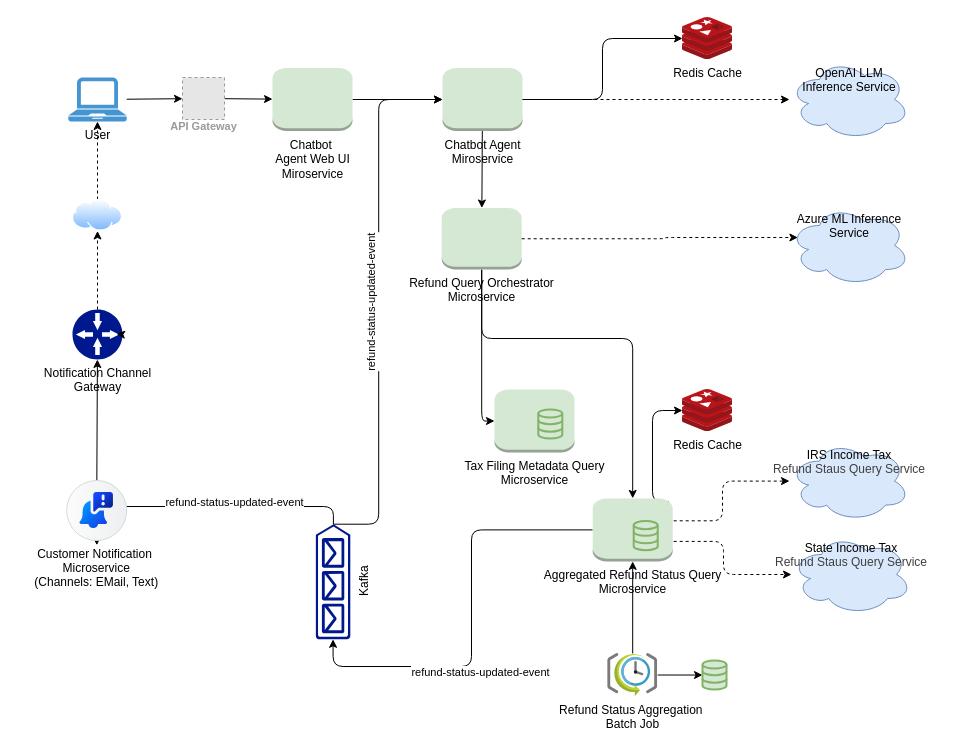
Earlier version of the draw.io diagram diagrams/architecture_diagram.drawio (gargmanojk/intuit). Source tidied: cells renumbered, new cells numbered last; positions are measured from the earlier drawing's top-left corner, leaving out a move shared by most shapes. Both pictures are drawn from the tidied source at 100%, with x=0, y=0 at pixel (66, 17). Pictures stored in the file or linked from it are replaced by grey dashed boxes.
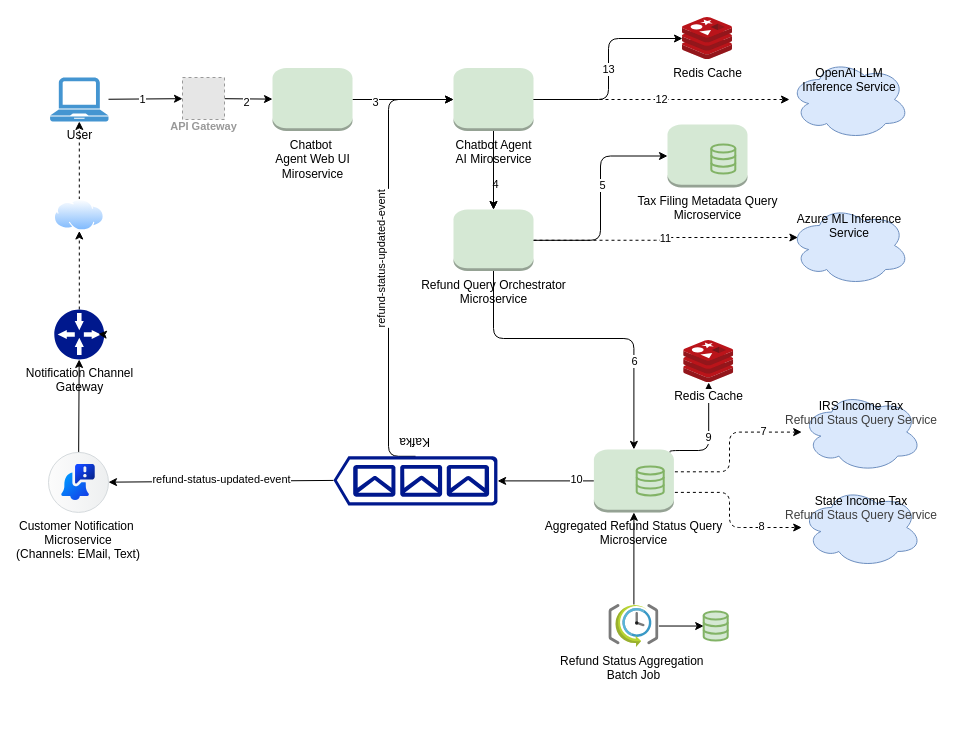
Above is the later version.

Commit message:
feat: Update architecture diagram with enhanced service details and edge labels

Unchanged cells that the change refers to:
```xml
<mxCell id="2" style="edgeStyle=none;html=1;" parent="1" edge="1" source="3" target="5">
  <mxGeometry relative="1" as="geometry" />
</mxCell>
<mxCell id="4" style="edgeStyle=none;html=1;" parent="1" edge="1" source="5" target="8">
  <mxGeometry relative="1" as="geometry" />
</mxCell>
<mxCell id="6" style="edgeStyle=none;html=1;" parent="1" edge="1" source="8" target="12">
  <mxGeometry relative="1" as="geometry" />
</mxCell>
<mxCell id="10" style="edgeStyle=elbowEdgeStyle;html=1;elbow=vertical;" parent="1" edge="1" source="12" target="20">
  <mxGeometry relative="1" as="geometry">
    <Array as="points">
      <mxPoint x="493" y="321" />
    </Array>
  </mxGeometry>
</mxCell>
<mxCell id="11" style="edgeStyle=orthogonalEdgeStyle;html=1;elbow=vertical;entryX=0;entryY=0.5;entryDx=0;entryDy=0;entryPerimeter=0;" parent="1" edge="1" source="12" target="21">
  <mxGeometry relative="1" as="geometry" />
</mxCell>
<mxCell id="13" value="OpenAI LLM Inference Service" style="ellipse;shape=cloud;whiteSpace=wrap;html=1;verticalAlign=top;fillColor=#dae8fc;dashed=0;strokeColor=#6c8ebf;labelBorderColor=none;textShadow=0;fontStyle=0;" parent="1" vertex="1">
  <mxGeometry x="723" y="42" width="120" height="80" as="geometry" />
</mxCell>
<mxCell id="14" value="Azure ML Inference Service" style="ellipse;shape=cloud;whiteSpace=wrap;html=1;verticalAlign=top;fillColor=#dae8fc;strokeColor=#6c8ebf;dashed=0;fontStyle=0;" parent="1" vertex="1">
  <mxGeometry x="723" y="188" width="120" height="80" as="geometry" />
</mxCell>
<mxCell id="22" style="edgeStyle=none;html=1;" parent="1" edge="1" source="23" target="3">
  <mxGeometry relative="1" as="geometry" />
</mxCell>
<mxCell id="31" value="Redis Cache" style="image;sketch=0;html=1;points=[];align=center;fontSize=12;image=img/lib/mscae/Cache_Redis_Product.svg;" parent="1" vertex="1">
  <mxGeometry x="616" width="50" height="42" as="geometry" />
</mxCell>
```

Change to the diagram source:
```diff
@@
+    <mxCell id="46" value="2" style="edgeLabel;html=1;align=center;verticalAlign=middle;" parent="2" vertex="1">
+      <mxGeometry x="-0.09" y="-3" relative="1" as="geometry" />
+    </mxCell>
@@
+    <mxCell id="47" value="3" style="edgeLabel;html=1;align=center;verticalAlign=middle;" parent="4" vertex="1">
+      <mxGeometry x="-0.56" y="-2" relative="1" as="geometry" />
+    </mxCell>
@@
+    <mxCell id="48" value="4" style="edgeLabel;html=1;align=center;verticalAlign=middle;" parent="6" vertex="1">
+      <mxGeometry x="0.34" y="1" relative="1" as="geometry" />
+    </mxCell>
-    <mxCell id="7" style="edgeStyle=elbowEdgeStyle;html=1;" parent="1" edge="1" source="8" target="31">
+    <mxCell id="7" value="13" style="edgeStyle=elbowEdgeStyle;html=1;" parent="1" edge="1" source="8" target="31">
       <mxGeometry relative="1" as="geometry" />
     </mxCell>
+    <mxCell id="49" style="edgeStyle=none;html=1;" parent="1" edge="1" source="8" target="12">
+      <mxGeometry relative="1" as="geometry" />
+    </mxCell>
-    <mxCell id="8" value="&lt;span style=&quot;color: rgb(0, 0, 0);&quot;&gt;Chatbot Agent&lt;br&gt;Miroservice&lt;/span&gt;" style="outlineConnect=0;dashed=0;verticalLabelPosition=bottom;verticalAlign=top;align=center;html=1;shape=mxgraph.aws3.instance;fillColor=#d5e8d4;strokeColor=#82b366;fontStyle=0;" parent="1" vertex="1">
-      <mxGeometry x="376" y="50.5" width="80" height="63" as="geometry" />
+    <mxCell id="8" value="&lt;span style=&quot;color: rgb(0, 0, 0);&quot;&gt;Chatbot Agent&lt;br&gt;AI Miroservice&lt;/span&gt;" style="outlineConnect=0;dashed=0;verticalLabelPosition=bottom;verticalAlign=top;align=center;html=1;shape=mxgraph.aws3.instance;fillColor=#d5e8d4;strokeColor=#82b366;fontStyle=0;" parent="1" vertex="1">
+      <mxGeometry x="387" y="50.5" width="80" height="63" as="geometry" />
     </mxCell>
-    <mxCell id="9" style="edgeStyle=none;html=1;dashed=1;" parent="1" edge="1" source="8" target="13">
+    <mxCell id="9" value="12" style="edgeStyle=none;html=1;dashed=1;" parent="1" edge="1" source="8" target="13">
       <mxGeometry relative="1" as="geometry" />
     </mxCell>
@@
+    <mxCell id="50" value="6" style="edgeLabel;html=1;align=center;verticalAlign=middle;" parent="10" vertex="1">
+      <mxGeometry x="0.44" relative="1" as="geometry" />
+    </mxCell>
@@
+    <mxCell id="51" value="5" style="edgeLabel;html=1;align=center;verticalAlign=middle;" parent="11" vertex="1">
+      <mxGeometry x="0.12" y="-1" relative="1" as="geometry" />
+    </mxCell>
     <mxCell id="12" value="&lt;span style=&quot;color: rgb(0, 0, 0);&quot;&gt;Refund Query Orchestrator&lt;br&gt;Microservice&lt;/span&gt;" style="outlineConnect=0;dashed=0;verticalLabelPosition=bottom;verticalAlign=top;align=center;html=1;shape=mxgraph.aws3.instance;fillColor=#d5e8d4;strokeColor=#82b366;fontStyle=0;" parent="1" vertex="1">
-      <mxGeometry x="375.2" y="190.5" width="80" height="61.5" as="geometry" />
+      <mxGeometry x="387" y="192" width="80" height="61.5" as="geometry" />
     </mxCell>
@@
     <mxCell id="15" style="edgeStyle=elbowEdgeStyle;html=1;dashed=1;" parent="1" edge="1" target="25">
       <mxGeometry relative="1" as="geometry">
-        <mxPoint x="589.2" y="503.3" as="sourcePoint" />
+        <mxPoint x="590.4" y="454.3" as="sourcePoint" />
       </mxGeometry>
     </mxCell>
+    <mxCell id="52" value="7" style="edgeLabel;html=1;align=center;verticalAlign=middle;" parent="15" vertex="1">
+      <mxGeometry x="0.58" y="1" relative="1" as="geometry" />
+    </mxCell>
     <mxCell id="16" style="edgeStyle=elbowEdgeStyle;html=1;dashed=1;" parent="1" edge="1" target="24">
       <mxGeometry relative="1" as="geometry">
-        <mxPoint x="589.2" y="523.9" as="sourcePoint" />
+        <mxPoint x="590.4" y="474.9" as="sourcePoint" />
       </mxGeometry>
     </mxCell>
+    <mxCell id="53" value="8" style="edgeLabel;html=1;align=center;verticalAlign=middle;" parent="16" vertex="1">
+      <mxGeometry x="0.55" y="2" relative="1" as="geometry" />
+    </mxCell>
-    <mxCell id="17" style="edgeStyle=orthogonalEdgeStyle;html=1;entryX=0;entryY=0.5;entryDx=0;entryDy=0;entryPerimeter=0;elbow=vertical;" parent="1" edge="1" source="20" target="45">
-      <mxGeometry relative="1" as="geometry">
-        <Array as="points">
-          <mxPoint x="405" y="512" />
-          <mxPoint x="405" y="649" />
-          <mxPoint x="267" y="649" />
-        </Array>
-      </mxGeometry>
+    <mxCell id="17" style="html=1;elbow=vertical;entryX=0;entryY=0.5;entryDx=0;entryDy=0;entryPerimeter=0;" parent="1" edge="1" source="20" target="45">
+      <mxGeometry relative="1" as="geometry" />
     </mxCell>
-    <mxCell id="18" value="refund-status-updated-event" style="edgeLabel;html=1;align=center;verticalAlign=middle;" parent="17" vertex="1">
-      <mxGeometry x="0.26" y="-2" relative="1" as="geometry">
-        <mxPoint x="18" y="7" as="offset" />
-      </mxGeometry>
-    </mxCell>
+    <mxCell id="54" value="10" style="edgeLabel;html=1;align=center;verticalAlign=middle;" parent="17" vertex="1">
+      <mxGeometry x="-0.62" y="-2" relative="1" as="geometry" />
+    </mxCell>
-    <mxCell id="19" style="edgeStyle=elbowEdgeStyle;html=1;exitX=0.95;exitY=0.05;exitDx=0;exitDy=0;exitPerimeter=0;" parent="1" edge="1" source="20" target="32">
+    <mxCell id="19" value="9" style="edgeStyle=elbowEdgeStyle;html=1;exitX=0.95;exitY=0.05;exitDx=0;exitDy=0;exitPerimeter=0;elbow=vertical;" parent="1" edge="1" source="20" target="32">
       <mxGeometry relative="1" as="geometry">
         <Array as="points">
-          <mxPoint x="586" y="482" />
+          <mxPoint x="587.2" y="433" />
         </Array>
       </mxGeometry>
     </mxCell>
     <mxCell id="20" value="&lt;span style=&quot;color: rgb(0, 0, 0);&quot;&gt;Aggregated Refund Status Query&lt;/span&gt;&lt;br style=&quot;color: rgb(63, 63, 63); scrollbar-color: rgb(226, 226, 226) rgb(251, 251, 251);&quot;&gt;&lt;span style=&quot;color: rgb(0, 0, 0);&quot;&gt;Microservice&lt;/span&gt;" style="outlineConnect=0;dashed=0;verticalLabelPosition=bottom;verticalAlign=top;align=center;html=1;shape=mxgraph.aws3.instance;fillColor=#d5e8d4;strokeColor=#82b366;fontStyle=0;" parent="1" vertex="1">
-      <mxGeometry x="526.2" y="480.9" width="80" height="63" as="geometry" />
+      <mxGeometry x="527.4" y="431.9" width="80" height="63" as="geometry" />
     </mxCell>
     <mxCell id="21" value="&lt;span style=&quot;color: rgb(0, 0, 0);&quot;&gt;Tax Filing Metadata Query&lt;/span&gt;&lt;br style=&quot;color: rgb(63, 63, 63); scrollbar-color: rgb(226, 226, 226) rgb(251, 251, 251);&quot;&gt;&lt;span style=&quot;color: rgb(0, 0, 0);&quot;&gt;Microservice&lt;/span&gt;" style="outlineConnect=0;dashed=0;verticalLabelPosition=bottom;verticalAlign=top;align=center;html=1;shape=mxgraph.aws3.instance;fillColor=#d5e8d4;strokeColor=#82b366;fontStyle=0;" parent="1" vertex="1">
-      <mxGeometry x="428" y="372" width="80" height="63" as="geometry" />
+      <mxGeometry x="601" y="107" width="80" height="63" as="geometry" />
     </mxCell>
@@
+    <mxCell id="55" value="1" style="edgeLabel;html=1;align=center;verticalAlign=middle;" parent="22" vertex="1">
+      <mxGeometry x="-0.08" relative="1" as="geometry" />
+    </mxCell>
     <mxCell id="23" value="User" style="shadow=0;dashed=0;html=1;strokeColor=none;fillColor=#4495D1;labelPosition=center;verticalLabelPosition=bottom;verticalAlign=top;align=center;outlineConnect=0;shape=mxgraph.veeam.laptop;" parent="1" vertex="1">
-      <mxGeometry x="1.8" y="60" width="58.4" height="44" as="geometry" />
+      <mxGeometry x="-16.4" y="60" width="58.4" height="44" as="geometry" />
     </mxCell>
     <mxCell id="24" value="&lt;span style=&quot;scrollbar-color: rgb(226, 226, 226) rgb(251, 251, 251); text-wrap-mode: nowrap; color: rgb(0, 0, 0);&quot;&gt;State Income Tax&lt;/span&gt;&lt;div style=&quot;scrollbar-color: rgb(226, 226, 226) rgb(251, 251, 251); text-wrap-mode: nowrap; color: rgb(63, 63, 63);&quot;&gt;Refund Staus Query Service&lt;/div&gt;" style="ellipse;shape=cloud;whiteSpace=wrap;html=1;verticalAlign=top;fillColor=#dae8fc;strokeColor=#6c8ebf;dashed=0;fontStyle=0;" parent="1" vertex="1">
-      <mxGeometry x="725" y="517" width="120" height="80" as="geometry" />
+      <mxGeometry x="735.2" y="470" width="120" height="80" as="geometry" />
     </mxCell>
     <mxCell id="25" value="&lt;span style=&quot;color: rgb(0, 0, 0); text-wrap-mode: nowrap;&quot;&gt;IRS Income Tax&lt;/span&gt;&lt;div style=&quot;color: rgb(63, 63, 63); scrollbar-color: rgb(226, 226, 226) rgb(251, 251, 251); text-wrap-mode: nowrap;&quot;&gt;Refund Staus Query Service&lt;/div&gt;" style="ellipse;shape=cloud;whiteSpace=wrap;html=1;verticalAlign=top;fillColor=#dae8fc;strokeColor=#6c8ebf;dashed=0;fontStyle=0;" parent="1" vertex="1">
-      <mxGeometry x="723" y="423.6" width="120" height="80" as="geometry" />
+      <mxGeometry x="735.2" y="374.6" width="120" height="80" as="geometry" />
     </mxCell>
-    <mxCell id="26" style="edgeStyle=elbowEdgeStyle;html=1;entryX=0.07;entryY=0.4;entryDx=0;entryDy=0;entryPerimeter=0;dashed=1;exitX=1;exitY=0.5;exitDx=0;exitDy=0;exitPerimeter=0;" parent="1" edge="1" source="12" target="14">
+    <mxCell id="26" value="11" style="edgeStyle=elbowEdgeStyle;html=1;entryX=0.07;entryY=0.4;entryDx=0;entryDy=0;entryPerimeter=0;dashed=1;exitX=1;exitY=0.5;exitDx=0;exitDy=0;exitPerimeter=0;" parent="1" edge="1" source="12" target="14">
       <mxGeometry relative="1" as="geometry">
         <Array as="points">
           <mxPoint x="599" y="249" />
         </Array>
       </mxGeometry>
     </mxCell>
@@
     <mxCell id="29" value="Refund Status Aggregation&amp;nbsp;&lt;div&gt;Batch Job&lt;/div&gt;" style="image;sketch=0;html=1;points=[];align=center;fontSize=12;image=img/lib/mscae/SchedulerJobCollection.svg;" parent="1" vertex="1">
-      <mxGeometry x="541.2" y="636" width="50" height="43" as="geometry" />
+      <mxGeometry x="542.4" y="587" width="50" height="43" as="geometry" />
     </mxCell>
-    <mxCell id="30" value="&#10;&lt;span style=&quot;color: rgb(0, 0, 0); font-family: Helvetica; font-size: 11px; font-style: normal; font-variant-ligatures: normal; font-variant-caps: normal; font-weight: 400; letter-spacing: normal; orphans: 2; text-align: center; text-indent: 0px; text-transform: none; widows: 2; word-spacing: 0px; -webkit-text-stroke-width: 0px; white-space: nowrap; background-color: rgb(255, 255, 255); text-decoration-thickness: initial; text-decoration-style: initial; text-decoration-color: initial; display: inline !important; float: none;&quot;&gt;refund-status-updated-event&lt;/span&gt;&#10;&#10;" style="edgeStyle=elbowEdgeStyle;html=1;exitX=1;exitY=0.51;exitDx=0;exitDy=0;exitPerimeter=0;horizontal=0;entryX=0;entryY=0.5;entryDx=0;entryDy=0;entryPerimeter=0;" parent="1" edge="1" source="45" target="8">
+    <mxCell id="30" value="&#10;&lt;span style=&quot;color: rgb(0, 0, 0); font-family: Helvetica; font-size: 11px; font-style: normal; font-variant-ligatures: normal; font-variant-caps: normal; font-weight: 400; letter-spacing: normal; orphans: 2; text-align: center; text-indent: 0px; text-transform: none; widows: 2; word-spacing: 0px; -webkit-text-stroke-width: 0px; white-space: nowrap; background-color: rgb(255, 255, 255); text-decoration-thickness: initial; text-decoration-style: initial; text-decoration-color: initial; display: inline !important; float: none;&quot;&gt;refund-status-updated-event&lt;/span&gt;&#10;&#10;" style="edgeStyle=elbowEdgeStyle;html=1;exitX=0.5;exitY=1;exitDx=0;exitDy=0;exitPerimeter=0;horizontal=0;entryX=0;entryY=0.5;entryDx=0;entryDy=0;entryPerimeter=0;" parent="1" edge="1" source="45" target="8">
       <mxGeometry relative="1" as="geometry">
         <Array as="points">
-          <mxPoint x="312.2" y="187.7" />
-          <mxPoint x="327.2" y="228.5" />
+          <mxPoint x="322" y="264" />
+          <mxPoint x="305.3" y="221.4" />
         </Array>
       </mxGeometry>
     </mxCell>
@@
     <mxCell id="32" value="Redis Cache" style="image;sketch=0;html=1;points=[];align=center;fontSize=12;image=img/lib/mscae/Cache_Redis_Product.svg;" parent="1" vertex="1">
-      <mxGeometry x="616" y="372" width="50" height="42" as="geometry" />
+      <mxGeometry x="617.2" y="323" width="50" height="42" as="geometry" />
     </mxCell>
-    <mxCell id="33" style="edgeStyle=elbowEdgeStyle;html=1;elbow=vertical;entryX=0.502;entryY=1.079;entryDx=0;entryDy=0;entryPerimeter=0;exitX=1;exitY=0.51;exitDx=0;exitDy=0;exitPerimeter=0;" parent="1" edge="1" source="45" target="38">
-      <mxGeometry relative="1" as="geometry">
-        <Array as="points">
-          <mxPoint x="36" y="489" />
-        </Array>
-      </mxGeometry>
+    <mxCell id="33" style="html=1;elbow=vertical;exitX=1;exitY=0.51;exitDx=0;exitDy=0;exitPerimeter=0;" parent="1" edge="1" source="45" target="38">
+      <mxGeometry relative="1" as="geometry" />
     </mxCell>
     <mxCell id="34" value="&lt;br style=&quot;color: rgb(63, 63, 63); scrollbar-color: rgb(226, 226, 226) rgb(251, 251, 251);&quot;&gt;&lt;span style=&quot;scrollbar-color: rgb(226, 226, 226) rgb(251, 251, 251); background-color: rgb(255, 255, 255); float: none; display: inline !important; color: rgb(0, 0, 0);&quot;&gt;refund-status-updated-event&lt;/span&gt;" style="edgeLabel;html=1;align=center;verticalAlign=middle;horizontal=1;" parent="33" vertex="1">
       <mxGeometry x="-0.27" y="2" relative="1" as="geometry">
-        <mxPoint x="-10" y="-14" as="offset" />
+        <mxPoint x="-31" y="-11" as="offset" />
       </mxGeometry>
     </mxCell>
     <mxCell id="35" style="html=1;verticalLabelPosition=bottom;align=center;labelBackgroundColor=#ffffff;verticalAlign=top;strokeWidth=2;strokeColor=#82b366;shadow=0;dashed=0;shape=mxgraph.ios7.icons.data;fillColor=#d5e8d4;" parent="1" vertex="1">
-      <mxGeometry x="471.8" y="392" width="24" height="29.1" as="geometry" />
+      <mxGeometry x="644.8" y="127" width="24" height="29.1" as="geometry" />
     </mxCell>
     <mxCell id="36" style="html=1;verticalLabelPosition=bottom;align=center;labelBackgroundColor=#ffffff;verticalAlign=top;strokeWidth=2;strokeColor=#82b366;shadow=0;dashed=0;shape=mxgraph.ios7.icons.data;fillColor=#d5e8d4;" parent="1" vertex="1">
-      <mxGeometry x="567.2" y="503.6" width="24" height="29.1" as="geometry" />
+      <mxGeometry x="570.2" y="448.9" width="27" height="29.1" as="geometry" />
     </mxCell>
@@
     <mxCell id="38" value="Customer Notification &#10;Microservice&#10;(Channels: EMail, Text)" style="shape=mxgraph.sap.icon;labelPosition=center;verticalLabelPosition=bottom;align=center;verticalAlign=top;strokeWidth=1;strokeColor=#D5DADD;fillColor=#EDEFF0;gradientColor=#FCFCFC;gradientDirection=west;SAPIcon=SAP_Alert_Notification_service_for_SAP_BTP;" parent="1" vertex="1">
-      <mxGeometry x="0.2" y="463" width="60" height="60" as="geometry" />
+      <mxGeometry x="-18" y="434.9" width="60" height="60" as="geometry" />
     </mxCell>
@@
     <mxCell id="40" value="Notification Channel &lt;br&gt;Gateway" style="sketch=0;shadow=0;dashed=0;html=1;strokeColor=none;labelPosition=center;verticalLabelPosition=bottom;verticalAlign=top;align=center;fillColor=#00188D;shape=mxgraph.mscae.enterprise.gateway;" parent="1" vertex="1">
-      <mxGeometry x="6" y="292" width="50" height="50" as="geometry" />
+      <mxGeometry x="-12.2" y="292" width="50" height="50" as="geometry" />
     </mxCell>
@@
     <mxCell id="42" style="html=1;verticalLabelPosition=bottom;align=center;labelBackgroundColor=#ffffff;verticalAlign=top;strokeWidth=2;strokeColor=#82b366;shadow=0;dashed=0;shape=mxgraph.ios7.icons.data;fillColor=#d5e8d4;" parent="1" vertex="1">
-      <mxGeometry x="636" y="643" width="24" height="29.1" as="geometry" />
+      <mxGeometry x="637.2" y="594" width="24" height="29.1" as="geometry" />
     </mxCell>
@@
     <mxCell id="44" style="image;perimeter=ellipsePerimeter;html=1;align=center;shadow=0;dashed=0;spacingTop=3;image=img/lib/active_directory/internet_cloud.svg;" parent="1" vertex="1">
-      <mxGeometry x="6" y="182" width="50" height="31.5" as="geometry" />
+      <mxGeometry x="-12.2" y="182" width="50" height="31.5" as="geometry" />
     </mxCell>
-    <mxCell id="45" value="Kafka" style="sketch=0;shadow=0;dashed=0;html=1;strokeColor=none;labelPosition=center;verticalLabelPosition=bottom;verticalAlign=top;align=center;fillColor=#00188D;shape=mxgraph.azure.queue_generic;rotation=-90;" parent="1" vertex="1">
-      <mxGeometry x="209" y="547" width="115.1" height="34.5" as="geometry" />
+    <mxCell id="45" value="Kafka" style="sketch=0;shadow=0;dashed=0;html=1;strokeColor=none;labelPosition=center;verticalLabelPosition=bottom;verticalAlign=top;align=center;fillColor=#00188D;shape=mxgraph.azure.queue_generic;rotation=-180;" parent="1" vertex="1">
+      <mxGeometry x="267" y="438.8" width="164.1" height="49.2" as="geometry" />
     </mxCell>
```
